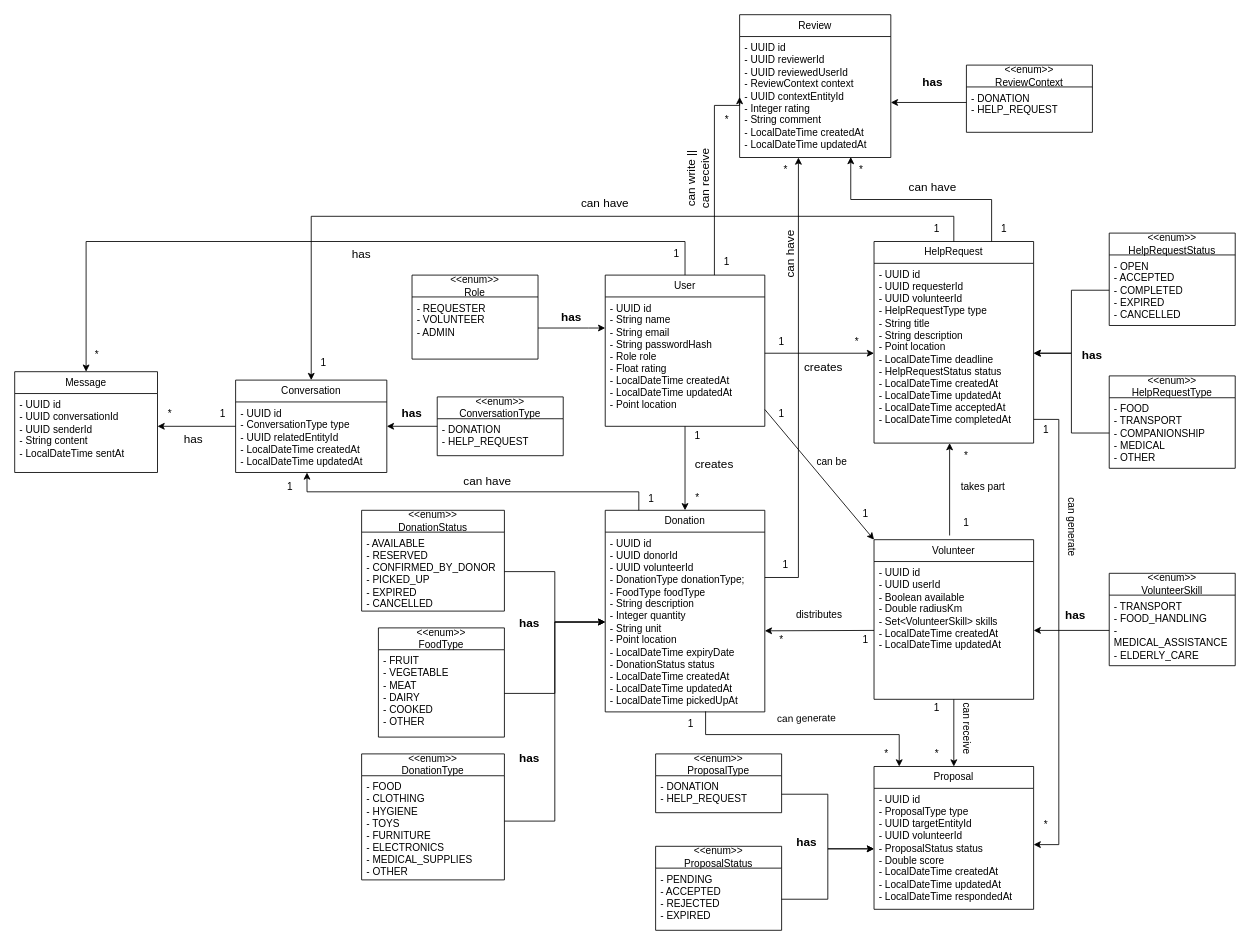
The draw.io diagram docs/class-diagram-community-help.drawio in Chuckytin/community-help-pro, before the edit. Source tidied: cells renumbered, new cells numbered last; positions are measured from the earlier drawing's top-left corner, leaving out a move shared by most shapes. Both pictures are drawn from the tidied source at 84%, with x=0, y=0 at pixel (14, 14).
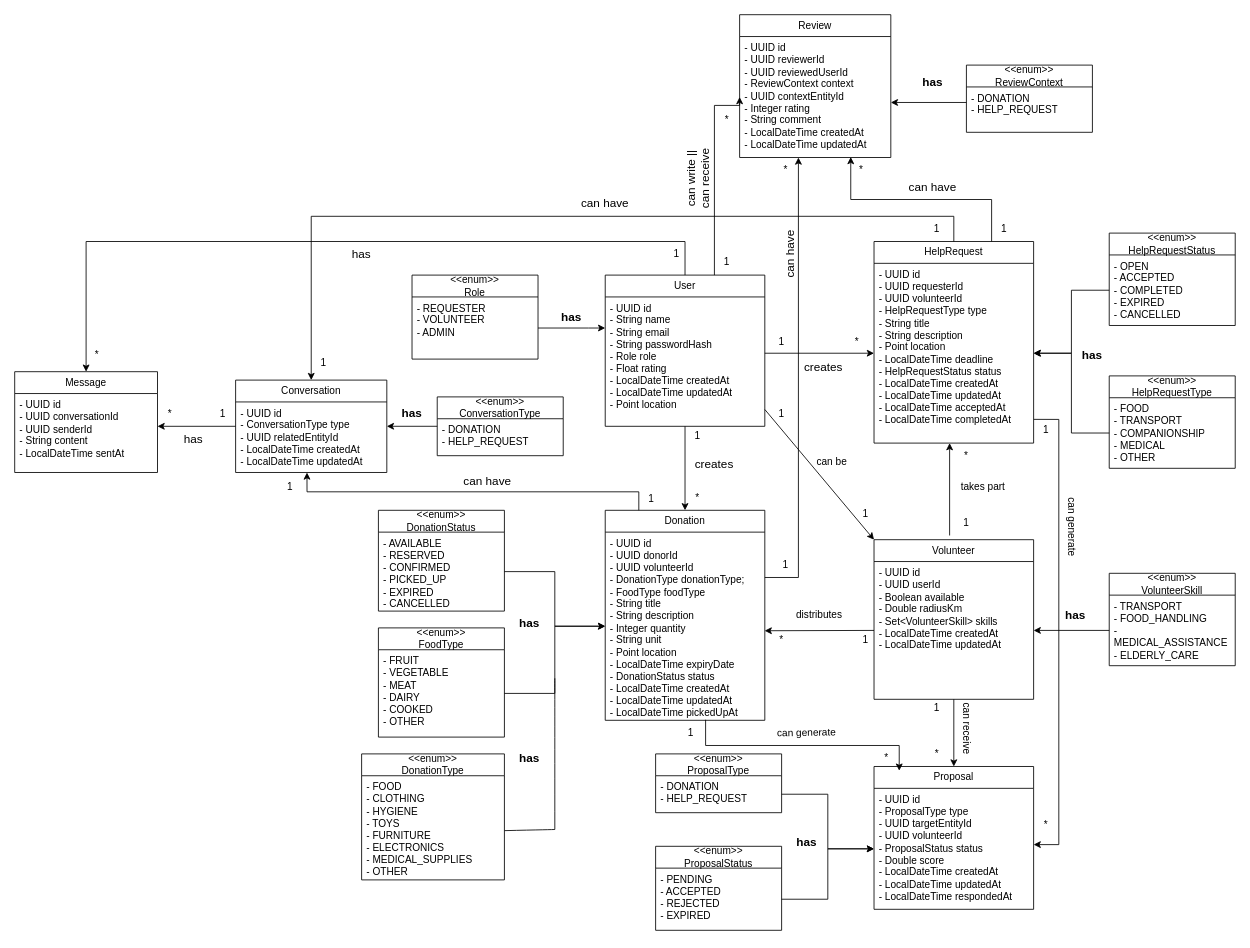
The same diagram, later.

Unchanged cells that the change refers to:
```xml
<mxCell id="15" value="&lt;div&gt;- UUID id&lt;/div&gt;&lt;div&gt;- UUID userId&lt;/div&gt;&lt;div&gt;- Boolean available&lt;/div&gt;&lt;div&gt;- Double radiusKm&lt;/div&gt;&lt;div&gt;- Set&amp;lt;VolunteerSkill&amp;gt; skills&lt;/div&gt;&lt;div&gt;- LocalDateTime createdAt&lt;/div&gt;&lt;div&gt;- LocalDateTime updatedAt&lt;/div&gt;" style="text;strokeColor=none;fillColor=none;align=left;verticalAlign=top;spacingLeft=4;spacingRight=4;overflow=hidden;points=[[0,0.5],[1,0.5]];portConstraint=eastwest;whiteSpace=wrap;html=1;" parent="14" vertex="1">
  <mxGeometry y="26" width="190" height="164" as="geometry" />
</mxCell>
<mxCell id="56" value="*" style="text;html=1;whiteSpace=wrap;strokeColor=none;fillColor=none;align=center;verticalAlign=middle;rounded=0;" parent="1" vertex="1">
  <mxGeometry x="883" y="730" width="60" height="30" as="geometry" />
</mxCell>
<mxCell id="116" value="&lt;div&gt;- FOOD&lt;/div&gt;&lt;div&gt;- CLOTHING&lt;/div&gt;&lt;div&gt;- HYGIENE&lt;/div&gt;&lt;div&gt;- TOYS&lt;/div&gt;&lt;div&gt;- FURNITURE&lt;/div&gt;&lt;div&gt;- ELECTRONICS&lt;/div&gt;&lt;div&gt;- MEDICAL_SUPPLIES&lt;/div&gt;&lt;div&gt;- OTHER&lt;/div&gt;" style="text;strokeColor=none;fillColor=none;align=left;verticalAlign=top;spacingLeft=4;spacingRight=4;overflow=hidden;points=[[0,0.5],[1,0.5]];portConstraint=eastwest;whiteSpace=wrap;html=1;" parent="115" vertex="1">
  <mxGeometry y="26" width="170" height="124" as="geometry" />
</mxCell>
```

The edit, as a diff of the source:
```diff
@@
     <mxCell id="10" style="edgeStyle=orthogonalEdgeStyle;rounded=0;jettySize=auto;html=1;entryX=1;entryY=1;entryDx=0;entryDy=0;exitX=0.629;exitY=0.997;exitDx=0;exitDy=0;exitPerimeter=0;" parent="1" edge="1" source="12" target="109">
       <mxGeometry relative="1" as="geometry">
         <Array as="points">
-          <mxPoint x="823" y="857" />
-          <mxPoint x="1053" y="857" />
+          <mxPoint x="823" y="870" />
+          <mxPoint x="1053" y="870" />
         </Array>
       </mxGeometry>
     </mxCell>
     <mxCell id="11" value="Donation" style="swimlane;fontStyle=0;horizontal=1;startSize=26;fillColor=none;whiteSpace=wrap;html=1;" parent="1" vertex="1">
-      <mxGeometry x="703" y="590" width="190" height="240" as="geometry" />
+      <mxGeometry x="703" y="590" width="190" height="250" as="geometry" />
     </mxCell>
-    <mxCell id="12" value="&lt;div&gt;- UUID id&lt;/div&gt;&lt;div&gt;- UUID donorId&lt;/div&gt;&lt;div&gt;- UUID volunteerId&lt;/div&gt;&lt;div&gt;- DonationType donationType;&lt;/div&gt;&lt;div&gt;- FoodType foodType&lt;/div&gt;&lt;div&gt;- String description&lt;/div&gt;&lt;div&gt;- Integer quantity&lt;/div&gt;&lt;div&gt;- String unit&lt;/div&gt;&lt;div&gt;- Point location&lt;/div&gt;&lt;div&gt;- LocalDateTime expiryDate&lt;/div&gt;&lt;div&gt;- DonationStatus status&lt;/div&gt;&lt;div&gt;- LocalDateTime createdAt&lt;/div&gt;&lt;div&gt;- LocalDateTime updatedAt&lt;/div&gt;&lt;div&gt;- LocalDateTime pickedUpAt&lt;/div&gt;" style="text;strokeColor=none;fillColor=none;align=left;verticalAlign=top;spacingLeft=4;spacingRight=4;overflow=hidden;points=[[0,0.5],[1,0.5]];portConstraint=eastwest;whiteSpace=wrap;html=1;" parent="11" vertex="1">
-      <mxGeometry y="26" width="190" height="214" as="geometry" />
+    <mxCell id="12" value="&lt;div&gt;- UUID id&lt;/div&gt;&lt;div&gt;- UUID donorId&lt;/div&gt;&lt;div&gt;- UUID volunteerId&lt;/div&gt;&lt;div&gt;- DonationType donationType;&lt;/div&gt;&lt;div&gt;- FoodType foodType&lt;/div&gt;&lt;div&gt;- String title&lt;/div&gt;&lt;div&gt;- String description&lt;/div&gt;&lt;div&gt;- Integer quantity&lt;/div&gt;&lt;div&gt;- String unit&lt;/div&gt;&lt;div&gt;- Point location&lt;/div&gt;&lt;div&gt;- LocalDateTime expiryDate&lt;/div&gt;&lt;div&gt;- DonationStatus status&lt;/div&gt;&lt;div&gt;- LocalDateTime createdAt&lt;/div&gt;&lt;div&gt;- LocalDateTime updatedAt&lt;/div&gt;&lt;div&gt;- LocalDateTime pickedUpAt&lt;/div&gt;" style="text;strokeColor=none;fillColor=none;align=left;verticalAlign=top;spacingLeft=4;spacingRight=4;overflow=hidden;points=[[0,0.5],[1,0.5]];portConstraint=eastwest;whiteSpace=wrap;html=1;" parent="11" vertex="1">
+      <mxGeometry y="26" width="190" height="224" as="geometry" />
     </mxCell>
@@
     <mxCell id="22" value="&amp;lt;&amp;lt;enum&amp;gt;&amp;gt;&lt;div&gt;DonationStatus&lt;/div&gt;" style="swimlane;fontStyle=0;horizontal=1;startSize=26;fillColor=none;whiteSpace=wrap;html=1;" parent="1" vertex="1">
-      <mxGeometry x="413" y="590" width="170" height="120" as="geometry" />
+      <mxGeometry x="433" y="590" width="150" height="120" as="geometry" />
     </mxCell>
-    <mxCell id="23" value="&lt;div&gt;- AVAILABLE&lt;/div&gt;&lt;div&gt;- RESERVED&lt;/div&gt;&lt;div&gt;- CONFIRMED_BY_DONOR&lt;/div&gt;&lt;div&gt;- PICKED_UP&lt;/div&gt;&lt;div&gt;- EXPIRED&lt;/div&gt;&lt;div&gt;- CANCELLED&amp;nbsp;&lt;/div&gt;" style="text;strokeColor=none;fillColor=none;align=left;verticalAlign=top;spacingLeft=4;spacingRight=4;overflow=hidden;points=[[0,0.5],[1,0.5]];portConstraint=eastwest;whiteSpace=wrap;html=1;" parent="22" vertex="1">
-      <mxGeometry y="26" width="170" height="94" as="geometry" />
+    <mxCell id="23" value="&lt;div&gt;- AVAILABLE&lt;/div&gt;&lt;div&gt;- RESERVED&lt;/div&gt;&lt;div&gt;- CONFIRMED&lt;/div&gt;&lt;div&gt;- PICKED_UP&lt;/div&gt;&lt;div&gt;- EXPIRED&lt;/div&gt;&lt;div&gt;- CANCELLED&amp;nbsp;&lt;/div&gt;" style="text;strokeColor=none;fillColor=none;align=left;verticalAlign=top;spacingLeft=4;spacingRight=4;overflow=hidden;points=[[0,0.5],[1,0.5]];portConstraint=eastwest;whiteSpace=wrap;html=1;" parent="22" vertex="1">
+      <mxGeometry y="26" width="150" height="94" as="geometry" />
     </mxCell>
@@
-    <mxCell id="53" style="endArrow=classic;html=1;rounded=0;exitX=0;exitY=0.5;exitDx=0;exitDy=0;entryX=1;entryY=0.549;entryDx=0;entryDy=0;entryPerimeter=0;" parent="1" edge="1" source="15" target="12">
+    <mxCell id="53" style="endArrow=classic;html=1;rounded=0;exitX=0;exitY=0.5;exitDx=0;exitDy=0;entryX=0.163;entryY=0.113;entryDx=0;entryDy=0;entryPerimeter=0;" parent="1" edge="1" source="15" target="56">
       <mxGeometry relative="1" as="geometry" />
     </mxCell>
@@
     <mxCell id="108" value="1" style="text;html=1;whiteSpace=wrap;strokeColor=none;fillColor=none;align=center;verticalAlign=middle;rounded=0;" parent="1" vertex="1">
-      <mxGeometry x="790" y="830" width="30" height="30" as="geometry" />
+      <mxGeometry x="790" y="840" width="30" height="30" as="geometry" />
     </mxCell>
     <mxCell id="109" value="*" style="text;html=1;whiteSpace=wrap;strokeColor=none;fillColor=none;align=center;verticalAlign=middle;rounded=0;" parent="1" vertex="1">
-      <mxGeometry x="1023" y="865" width="30" height="30" as="geometry" />
+      <mxGeometry x="1023" y="870" width="30" height="30" as="geometry" />
     </mxCell>
@@
     <mxCell id="114" value="can generate" style="text;html=1;whiteSpace=wrap;strokeColor=none;fillColor=none;align=center;verticalAlign=middle;rounded=0;fontSize=12;rotation=-1;" parent="1" vertex="1">
-      <mxGeometry x="903" y="823" width="80" height="30" as="geometry" />
+      <mxGeometry x="903" y="840" width="80" height="30" as="geometry" />
     </mxCell>
@@
-    <mxCell id="117" style="edgeStyle=orthogonalEdgeStyle;rounded=0;jettySize=auto;html=1;entryX=0;entryY=0.5;entryDx=0;entryDy=0;" parent="1" edge="1" source="116" target="12">
-      <mxGeometry relative="1" as="geometry">
-        <Array as="points">
-          <mxPoint x="643" y="960" />
-          <mxPoint x="643" y="723" />
-        </Array>
-      </mxGeometry>
-    </mxCell>
@@
+    <mxCell id="119" style="endArrow=none;html=1;rounded=0;fontSize=12;startSize=8;endSize=8;curved=1;entryX=1.001;entryY=0.527;entryDx=0;entryDy=0;entryPerimeter=0;" parent="1" edge="1" target="116">
+      <mxGeometry relative="1" as="geometry">
+        <mxPoint x="643" y="970" as="sourcePoint" />
+      </mxGeometry>
+    </mxCell>
+    <mxCell id="120" style="endArrow=none;html=1;rounded=0;fontSize=12;startSize=8;endSize=8;curved=1;" parent="1" edge="1">
+      <mxGeometry relative="1" as="geometry">
+        <mxPoint x="643" y="790" as="sourcePoint" />
+        <mxPoint x="643" y="970" as="targetPoint" />
+      </mxGeometry>
+    </mxCell>
```
